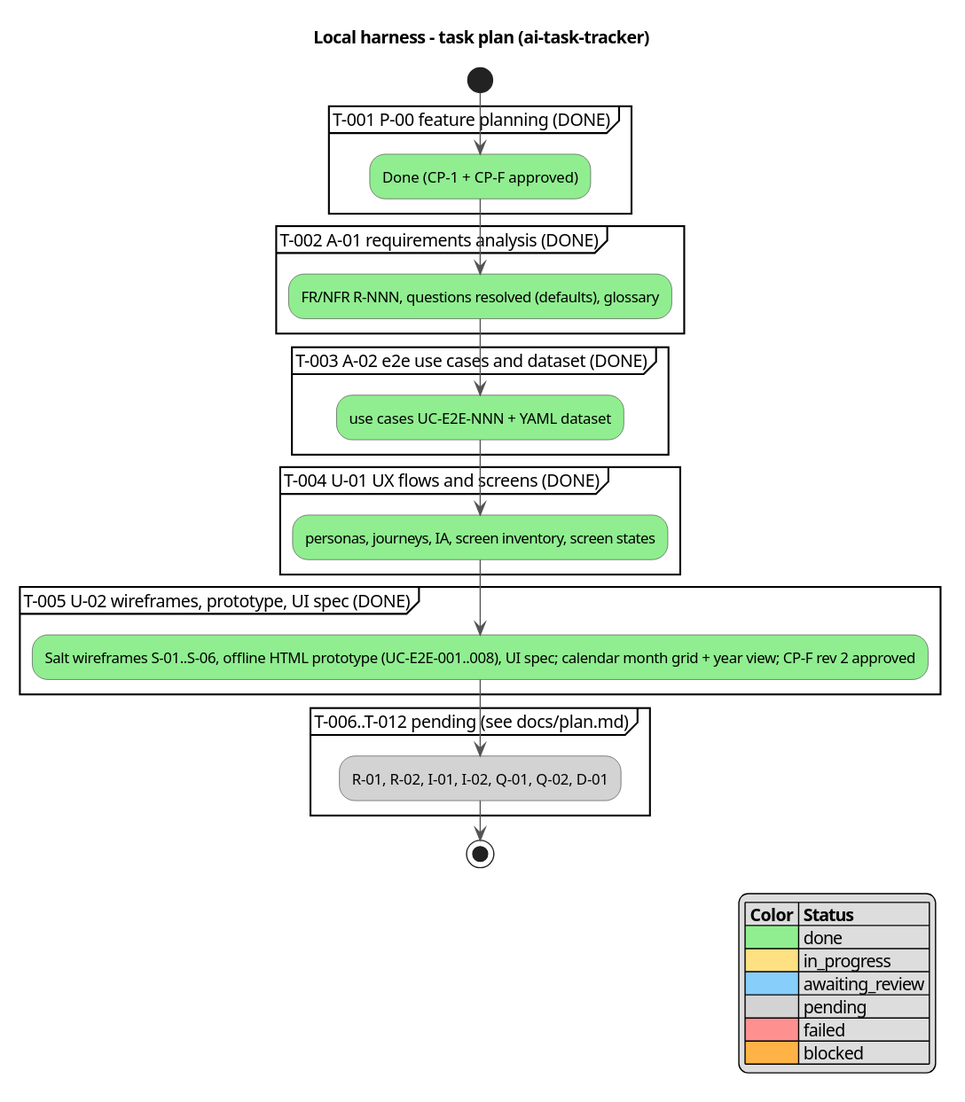
serge-sasov/ai-task-tracker keeps this PlantUML diagram as docs/activity.svg. Above is the earlier version. Source of this version:
```plantuml
@startuml
skinparam defaultFontName Segoe UI
skinparam ActivityBackgroundColor #FFFFFF
skinparam ActivityBorderColor #555555
skinparam ArrowColor #555555
title Local harness - task plan (ai-task-tracker)

start
partition "T-001 P-00 feature planning (DONE)" {
  :Done (CP-1 + CP-F approved); <<#90EE90>>
}
partition "T-002 A-01 requirements analysis (DONE)" {
  :FR/NFR R-NNN, questions resolved (defaults), glossary; <<#90EE90>>
}
partition "T-003 A-02 e2e use cases and dataset (DONE)" {
  :use cases UC-E2E-NNN + YAML dataset; <<#90EE90>>
}
partition "T-004 U-01 UX flows and screens (DONE)" {
  :personas, journeys, IA, screen inventory, screen states; <<#90EE90>>
}
partition "T-005 U-02 wireframes, prototype, UI spec (DONE)" {
  :Salt wireframes S-01..S-06, offline HTML prototype (UC-E2E-001..008), UI spec; calendar month grid + year view; CP-F rev 2 approved; <<#90EE90>>
}
partition "T-006..T-012 pending (see docs/plan.md)" {
  :R-01, R-02, I-01, I-02, Q-01, Q-02, D-01; <<#D3D3D3>>
}
stop

legend right
 |= Color |= Status |
 |<#90EE90>| done |
 |<#FFE082>| in_progress |
 |<#87CEFA>| awaiting_review |
 |<#D3D3D3>| pending |
 |<#FF9090>| failed |
 |<#FFB347>| blocked |
endlegend
@enduml
```
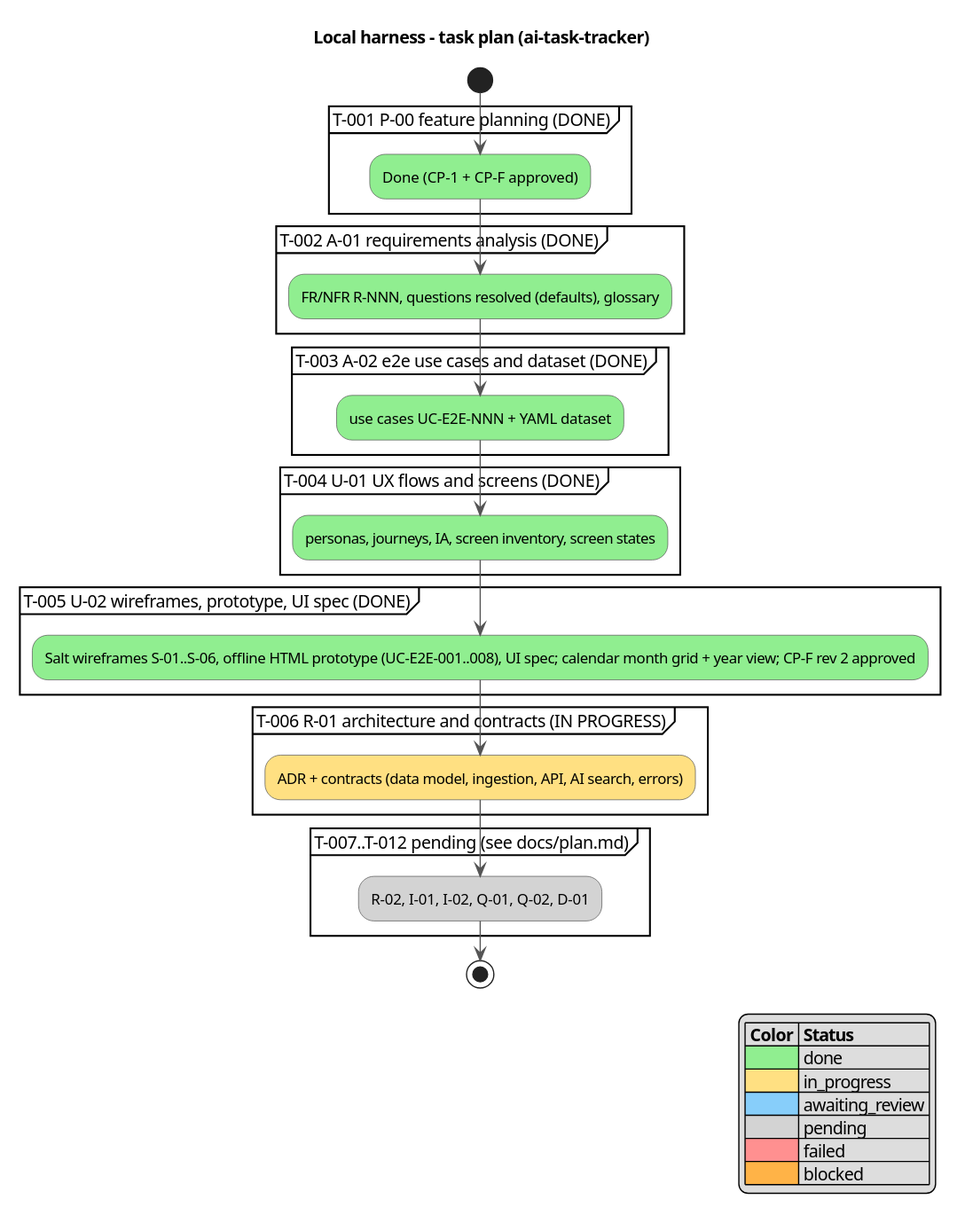
After the change.

Commit message:
T-006: start R-01 architecture and contracts

The edit, as a diff of the source:
```diff
@@ -21,8 +21,11 @@
 partition "T-005 U-02 wireframes, prototype, UI spec (DONE)" {
   :Salt wireframes S-01..S-06, offline HTML prototype (UC-E2E-001..008), UI spec; calendar month grid + year view; CP-F rev 2 approved; <<#90EE90>>
 }
-partition "T-006..T-012 pending (see docs/plan.md)" {
-  :R-01, R-02, I-01, I-02, Q-01, Q-02, D-01; <<#D3D3D3>>
+partition "T-006 R-01 architecture and contracts (IN PROGRESS)" {
+  :ADR + contracts (data model, ingestion, API, AI search, errors); <<#FFE082>>
+}
+partition "T-007..T-012 pending (see docs/plan.md)" {
+  :R-02, I-01, I-02, Q-01, Q-02, D-01; <<#D3D3D3>>
 }
 stop
 
```
